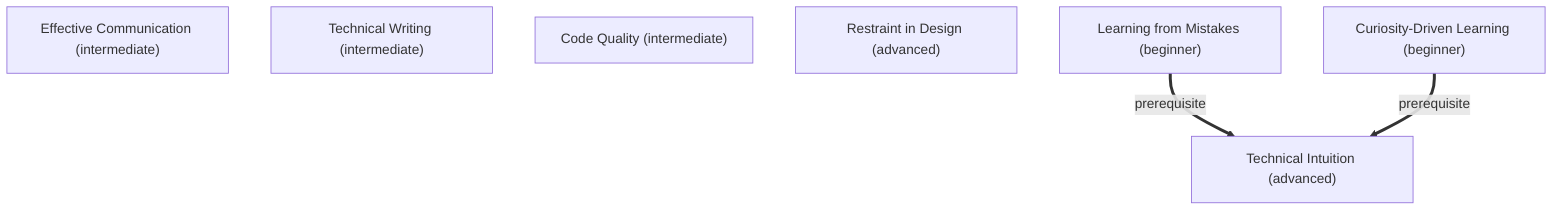
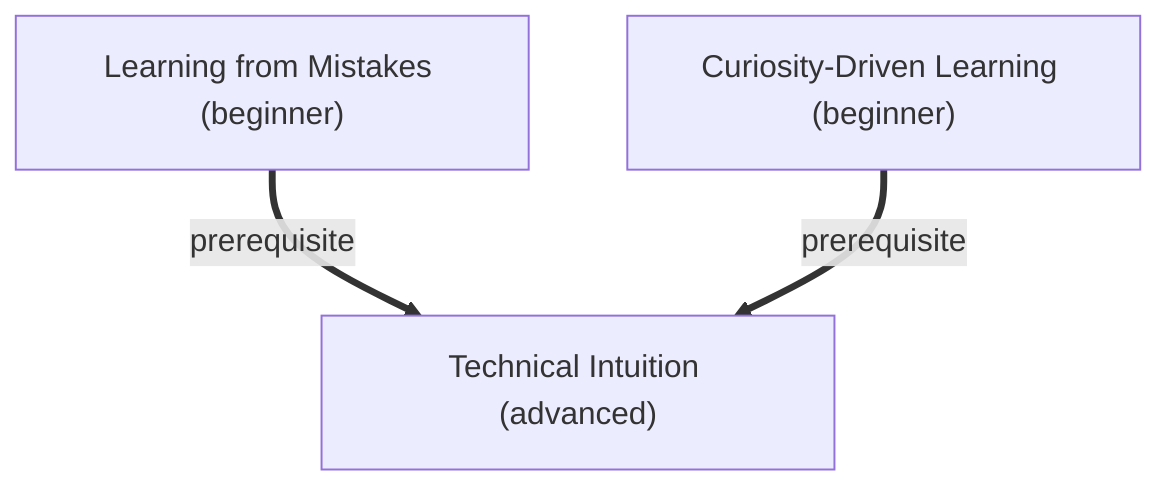
graph TD
    n_technical-intuition["Technical Intuition (advanced)"]
-     n_effective-communication["Effective Communication (intermediate)"]
-     n_technical-writing["Technical Writing (intermediate)"]
-     n_code-quality["Code Quality (intermediate)"]
-     n_restraint-in-design["Restraint in Design (advanced)"]
    n_learning-from-mistakes["Learning from Mistakes (beginner)"]
    n_curiosity-driven-learning["Curiosity-Driven Learning (beginner)"]
    n_learning-from-mistakes ==>|prerequisite| n_technical-intuition
    n_curiosity-driven-learning ==>|prerequisite| n_technical-intuition